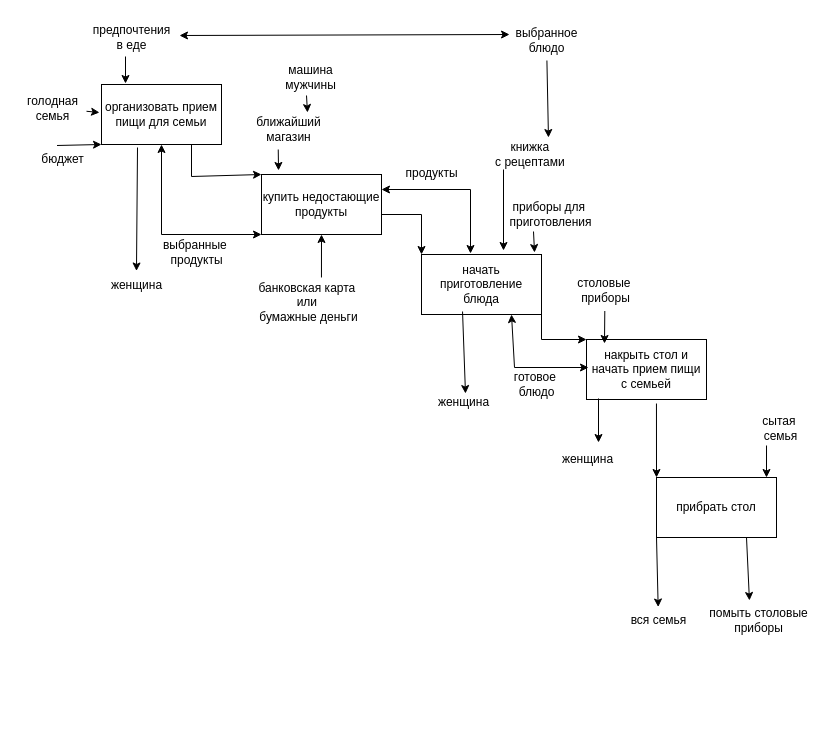
AndreyTam1337/- keeps this draw.io diagram as Диаграмма без названия.drawio. Above is the earlier version. Source tidied: cells renumbered, new cells numbered last; positions are measured from the earlier drawing's top-left corner, leaving out a move shared by most shapes. Both pictures are drawn from the tidied source at 100%, with x=0, y=0 at pixel (17, 17).
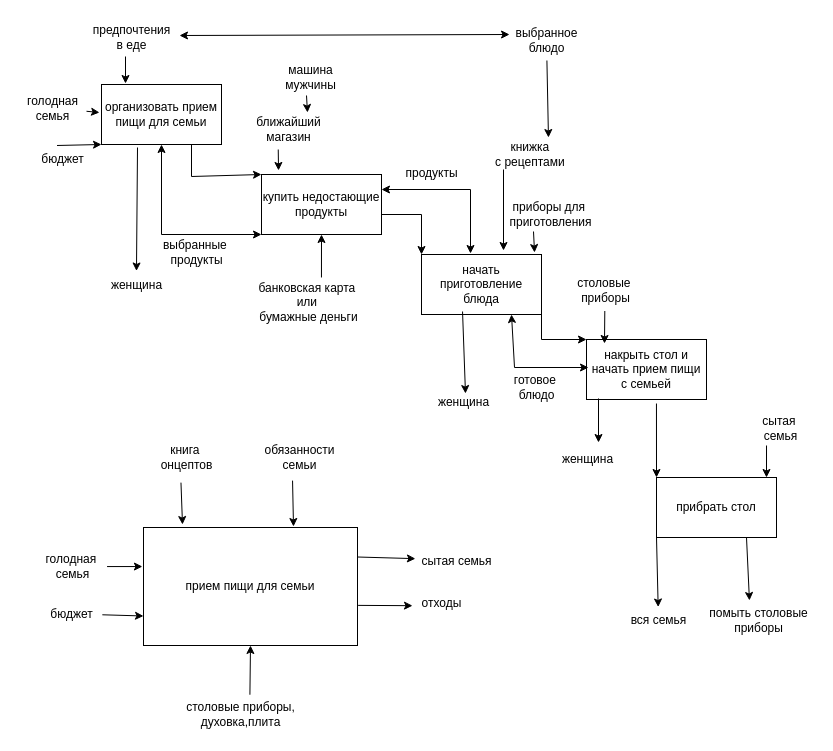
After the change.

The edit, as a diff of the source:
```diff
@@
     <mxCell id="40" value="готовое&amp;nbsp;&lt;div&gt;блюдо&lt;/div&gt;" style="text;html=1;align=center;verticalAlign=middle;strokeColor=none;fillColor=none;" parent="1" vertex="1">
-      <mxGeometry x="487" y="346" width="63" height="41" as="geometry" />
+      <mxGeometry x="487" y="349" width="63" height="41" as="geometry" />
     </mxCell>
@@
+    <mxCell id="50" value="прием пищи для семьи" style="rounded=0;whiteSpace=wrap;html=1;" parent="1" vertex="1">
+      <mxGeometry x="126" y="510" width="214" height="118" as="geometry" />
+    </mxCell>
+    <mxCell id="51" value="бюджет" style="text;html=1;align=center;verticalAlign=middle;points=[];strokeColor=none;fillColor=none;" parent="1" vertex="1">
+      <mxGeometry x="24" y="584" width="60" height="26" as="geometry" />
+    </mxCell>
+    <mxCell id="52" value="голодная&amp;nbsp;&lt;div&gt;семья&lt;/div&gt;" style="text;html=1;align=center;verticalAlign=middle;points=[];strokeColor=none;fillColor=none;" parent="1" vertex="1">
+      <mxGeometry x="19" y="528" width="72" height="41" as="geometry" />
+    </mxCell>
+    <mxCell id="53" value="книга&amp;nbsp;&lt;div&gt;онцептов&lt;/div&gt;" style="text;html=1;align=center;verticalAlign=middle;points=[];strokeColor=none;fillColor=none;" parent="1" vertex="1">
+      <mxGeometry x="134" y="419" width="70" height="41" as="geometry" />
+    </mxCell>
+    <mxCell id="54" value="обязанности&lt;div&gt;семьи&lt;/div&gt;" style="text;html=1;align=center;verticalAlign=middle;points=[];strokeColor=none;fillColor=none;" parent="1" vertex="1">
+      <mxGeometry x="238" y="419" width="88" height="41" as="geometry" />
+    </mxCell>
+    <mxCell id="55" value="столовые приборы,&lt;div&gt;духовка,плита&lt;/div&gt;" style="text;html=1;align=center;verticalAlign=middle;points=[];strokeColor=none;fillColor=none;" parent="1" vertex="1">
+      <mxGeometry x="159" y="676" width="127" height="41" as="geometry" />
+    </mxCell>
+    <mxCell id="56" value="сытая семья" style="text;html=1;align=center;verticalAlign=middle;points=[];strokeColor=none;fillColor=none;" parent="1" vertex="1">
+      <mxGeometry x="395" y="531" width="88" height="26" as="geometry" />
+    </mxCell>
+    <mxCell id="57" value="отходы" style="text;html=1;align=center;verticalAlign=middle;points=[];strokeColor=none;fillColor=none;" parent="1" vertex="1">
+      <mxGeometry x="395" y="573" width="58" height="26" as="geometry" />
+    </mxCell>
+    <mxCell id="58" style="endArrow=classic;html=1;rounded=0;entryX=0;entryY=0.75;entryDx=0;entryDy=0;exitX=1.014;exitY=0.511;exitDx=0;exitDy=0;exitPerimeter=0;" parent="1" edge="1" source="51" target="50">
+      <mxGeometry relative="1" as="geometry" />
+    </mxCell>
+    <mxCell id="59" style="endArrow=classic;html=1;rounded=0;entryX=-0.005;entryY=0.331;entryDx=0;entryDy=0;entryPerimeter=0;exitX=0.98;exitY=0.514;exitDx=0;exitDy=0;exitPerimeter=0;" parent="1" edge="1" source="52" target="50">
+      <mxGeometry relative="1" as="geometry" />
+    </mxCell>
+    <mxCell id="60" style="endArrow=classic;html=1;rounded=0;exitX=0.421;exitY=1.125;exitDx=0;exitDy=0;exitPerimeter=0;" parent="1" edge="1" source="53">
+      <mxGeometry relative="1" as="geometry">
+        <mxPoint x="165" y="507" as="targetPoint" />
+      </mxGeometry>
+    </mxCell>
+    <mxCell id="61" style="endArrow=classic;html=1;rounded=0;exitX=0.421;exitY=1.076;exitDx=0;exitDy=0;exitPerimeter=0;" parent="1" edge="1" source="54">
+      <mxGeometry relative="1" as="geometry">
+        <mxPoint x="276" y="509" as="targetPoint" />
+      </mxGeometry>
+    </mxCell>
+    <mxCell id="62" style="endArrow=classic;html=1;rounded=0;entryX=0.5;entryY=1;entryDx=0;entryDy=0;exitX=0.578;exitY=0.03;exitDx=0;exitDy=0;exitPerimeter=0;" parent="1" edge="1" source="55" target="50">
+      <mxGeometry relative="1" as="geometry" />
+    </mxCell>
+    <mxCell id="63" style="endArrow=classic;html=1;rounded=0;entryX=0.033;entryY=0.391;entryDx=0;entryDy=0;entryPerimeter=0;exitX=1;exitY=0.25;exitDx=0;exitDy=0;" parent="1" edge="1" source="50" target="56">
+      <mxGeometry relative="1" as="geometry" />
+    </mxCell>
+    <mxCell id="64" style="endArrow=classic;html=1;rounded=0;exitX=1.003;exitY=0.66;exitDx=0;exitDy=0;exitPerimeter=0;entryX=0;entryY=0.584;entryDx=0;entryDy=0;entryPerimeter=0;" parent="1" edge="1" source="50" target="57">
+      <mxGeometry relative="1" as="geometry" />
+    </mxCell>
```
